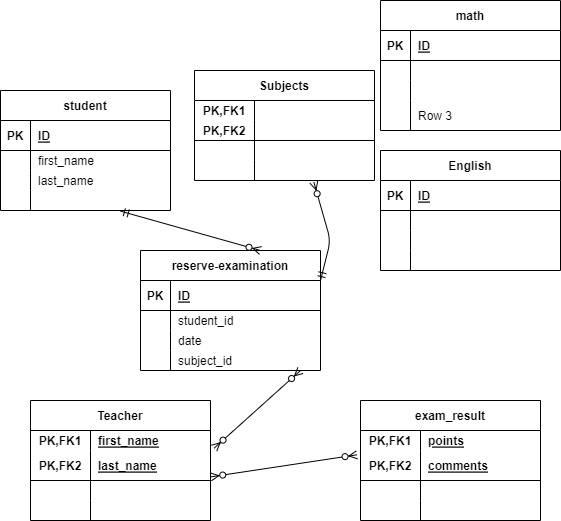
moro-ayu3/20230216_morohoshi keeps this draw.io diagram as index.drawio.png. Above is the earlier version. Source tidied: cells renumbered, new cells last; positions are measured from the earlier drawing's top-left corner, leaving out a move shared by most shapes.
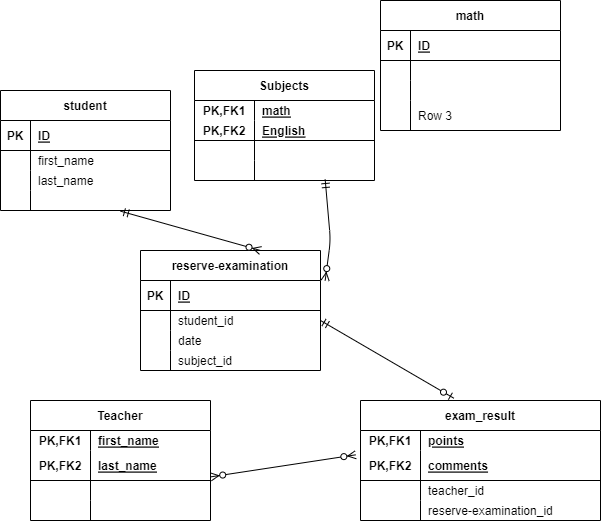
The same diagram one commit later.

Diff of the diagram source:
```diff
@@ -89,7 +89,7 @@
     <mxCell id="30" value="PK,FK1" style="shape=partialRectangle;fillColor=none;top=0;left=0;bottom=0;right=0;fontStyle=1;overflow=hidden;" parent="29" vertex="1">
       <mxGeometry width="60" height="20" as="geometry" />
     </mxCell>
-    <mxCell id="31" style="shape=partialRectangle;fillColor=none;top=0;left=0;bottom=0;right=0;align=left;spacingLeft=6;fontStyle=5;overflow=hidden;" parent="29" vertex="1">
+    <mxCell id="31" value="math" style="shape=partialRectangle;fillColor=none;top=0;left=0;bottom=0;right=0;align=left;spacingLeft=6;fontStyle=5;overflow=hidden;" parent="29" vertex="1">
       <mxGeometry x="60" width="120" height="20" as="geometry" />
     </mxCell>
     <mxCell id="32" style="shape=tableRow;horizontal=0;startSize=0;swimlaneHead=0;swimlaneBody=0;fillColor=none;top=0;left=0;right=0;bottom=1;" parent="28" vertex="1">
@@ -98,7 +98,7 @@
     <mxCell id="33" value="PK,FK2" style="shape=partialRectangle;fillColor=none;top=0;left=0;bottom=0;right=0;fontStyle=1;overflow=hidden;" parent="32" vertex="1">
       <mxGeometry width="60" height="20" as="geometry" />
     </mxCell>
-    <mxCell id="34" style="shape=partialRectangle;fillColor=none;top=0;left=0;bottom=0;right=0;align=left;spacingLeft=6;fontStyle=5;overflow=hidden;" parent="32" vertex="1">
+    <mxCell id="34" value="English" style="shape=partialRectangle;fillColor=none;top=0;left=0;bottom=0;right=0;align=left;spacingLeft=6;fontStyle=5;overflow=hidden;" parent="32" vertex="1">
       <mxGeometry x="60" width="120" height="20" as="geometry" />
     </mxCell>
     <mxCell id="35" style="shape=tableRow;horizontal=0;startSize=0;swimlaneHead=0;swimlaneBody=0;fillColor=none;top=0;left=0;right=0;bottom=0;" parent="28" vertex="1">
@@ -159,43 +159,43 @@
       <mxGeometry x="60" width="120" height="20" as="geometry" />
     </mxCell>
     <mxCell id="54" value="exam_result" style="shape=table;startSize=30;rowLines=0;fontStyle=1;align=center;" parent="1" vertex="1">
-      <mxGeometry x="360" y="400" width="180" height="120" as="geometry" />
+      <mxGeometry x="360" y="400" width="240" height="120" as="geometry" />
     </mxCell>
     <mxCell id="55" style="shape=tableRow;horizontal=0;startSize=0;swimlaneHead=0;swimlaneBody=0;fillColor=none;top=0;left=0;right=0;bottom=0;" parent="54" vertex="1">
-      <mxGeometry y="30" width="180" height="20" as="geometry" />
+      <mxGeometry y="30" width="240" height="20" as="geometry" />
     </mxCell>
     <mxCell id="56" value="PK,FK1" style="shape=partialRectangle;fillColor=none;top=0;left=0;bottom=0;right=0;fontStyle=1;overflow=hidden;" parent="55" vertex="1">
       <mxGeometry width="60" height="20" as="geometry" />
     </mxCell>
     <mxCell id="57" value="points" style="shape=partialRectangle;fillColor=none;top=0;left=0;bottom=0;right=0;align=left;spacingLeft=6;fontStyle=5;overflow=hidden;" parent="55" vertex="1">
-      <mxGeometry x="60" width="120" height="20" as="geometry" />
+      <mxGeometry x="60" width="180" height="20" as="geometry" />
     </mxCell>
     <mxCell id="58" style="shape=tableRow;horizontal=0;startSize=0;swimlaneHead=0;swimlaneBody=0;fillColor=none;points=[[0,0.5],[1,0.5]];portConstraint=eastwest;top=0;left=0;right=0;bottom=1;" parent="54" vertex="1">
-      <mxGeometry y="50" width="180" height="30" as="geometry" />
+      <mxGeometry y="50" width="240" height="30" as="geometry" />
     </mxCell>
     <mxCell id="59" value="PK,FK2" style="shape=partialRectangle;fillColor=none;top=0;left=0;bottom=0;right=0;fontStyle=1;overflow=hidden;" parent="58" vertex="1">
       <mxGeometry width="60" height="30" as="geometry" />
     </mxCell>
     <mxCell id="60" value="comments" style="shape=partialRectangle;fillColor=none;top=0;left=0;bottom=0;right=0;align=left;spacingLeft=6;fontStyle=5;overflow=hidden;" parent="58" vertex="1">
-      <mxGeometry x="60" width="120" height="30" as="geometry" />
+      <mxGeometry x="60" width="180" height="30" as="geometry" />
     </mxCell>
     <mxCell id="61" style="shape=tableRow;horizontal=0;startSize=0;swimlaneHead=0;swimlaneBody=0;fillColor=none;top=0;left=0;right=0;bottom=0;" parent="54" vertex="1">
-      <mxGeometry y="80" width="180" height="20" as="geometry" />
+      <mxGeometry y="80" width="240" height="20" as="geometry" />
     </mxCell>
     <mxCell id="62" style="shape=partialRectangle;fillColor=none;top=0;left=0;bottom=0;right=0;overflow=hidden;" parent="61" vertex="1">
       <mxGeometry width="60" height="20" as="geometry" />
     </mxCell>
-    <mxCell id="63" style="shape=partialRectangle;fillColor=none;top=0;left=0;bottom=0;right=0;align=left;spacingLeft=6;overflow=hidden;" parent="61" vertex="1">
-      <mxGeometry x="60" width="120" height="20" as="geometry" />
+    <mxCell id="63" value="teacher_id" style="shape=partialRectangle;fillColor=none;top=0;left=0;bottom=0;right=0;align=left;spacingLeft=6;overflow=hidden;" parent="61" vertex="1">
+      <mxGeometry x="60" width="180" height="20" as="geometry" />
     </mxCell>
     <mxCell id="64" style="shape=tableRow;horizontal=0;startSize=0;swimlaneHead=0;swimlaneBody=0;fillColor=none;top=0;left=0;right=0;bottom=0;" parent="54" vertex="1">
-      <mxGeometry y="100" width="180" height="20" as="geometry" />
+      <mxGeometry y="100" width="240" height="20" as="geometry" />
     </mxCell>
     <mxCell id="65" style="shape=partialRectangle;fillColor=none;top=0;left=0;bottom=0;right=0;overflow=hidden;" parent="64" vertex="1">
       <mxGeometry width="60" height="20" as="geometry" />
     </mxCell>
-    <mxCell id="66" style="shape=partialRectangle;fillColor=none;top=0;left=0;bottom=0;right=0;align=left;spacingLeft=6;overflow=hidden;" parent="64" vertex="1">
-      <mxGeometry x="60" width="120" height="20" as="geometry" />
+    <mxCell id="66" value="reserve-examination_id" style="shape=partialRectangle;fillColor=none;top=0;left=0;bottom=0;right=0;align=left;spacingLeft=6;overflow=hidden;" parent="64" vertex="1">
+      <mxGeometry x="60" width="180" height="20" as="geometry" />
     </mxCell>
     <mxCell id="67" value="math" style="shape=table;startSize=30;rowLines=0;fontStyle=1;align=center;" parent="1" vertex="1">
       <mxGeometry x="380" width="180" height="130" as="geometry" />
@@ -236,46 +236,7 @@
     <mxCell id="79" value="Row 3" style="shape=partialRectangle;fillColor=none;top=0;left=0;bottom=0;right=0;align=left;spacingLeft=6;overflow=hidden;" parent="77" vertex="1">
       <mxGeometry x="30" width="150" height="30" as="geometry" />
     </mxCell>
-    <mxCell id="80" value="English" style="shape=table;startSize=30;rowLines=0;fontStyle=1;align=center;" parent="1" vertex="1">
-      <mxGeometry x="380" y="150" width="180" height="120" as="geometry" />
-    </mxCell>
-    <mxCell id="81" style="shape=tableRow;horizontal=0;startSize=0;swimlaneHead=0;swimlaneBody=0;fillColor=none;top=0;left=0;right=0;bottom=1;" parent="80" vertex="1">
-      <mxGeometry y="30" width="180" height="30" as="geometry" />
-    </mxCell>
-    <mxCell id="82" value="PK" style="shape=partialRectangle;fillColor=none;top=0;left=0;bottom=0;right=0;fontStyle=1;overflow=hidden;" parent="81" vertex="1">
-      <mxGeometry width="30" height="30" as="geometry" />
-    </mxCell>
-    <mxCell id="83" value="ID" style="shape=partialRectangle;fillColor=none;top=0;left=0;bottom=0;right=0;align=left;spacingLeft=6;fontStyle=5;overflow=hidden;" parent="81" vertex="1">
-      <mxGeometry x="30" width="150" height="30" as="geometry" />
-    </mxCell>
-    <mxCell id="84" style="shape=tableRow;horizontal=0;startSize=0;swimlaneHead=0;swimlaneBody=0;fillColor=none;top=0;left=0;right=0;bottom=0;" parent="80" vertex="1">
-      <mxGeometry y="60" width="180" height="20" as="geometry" />
-    </mxCell>
-    <mxCell id="85" style="shape=partialRectangle;fillColor=none;top=0;left=0;bottom=0;right=0;overflow=hidden;" parent="84" vertex="1">
-      <mxGeometry width="30" height="20" as="geometry" />
-    </mxCell>
-    <mxCell id="86" style="shape=partialRectangle;fillColor=none;top=0;left=0;bottom=0;right=0;align=left;spacingLeft=6;overflow=hidden;" parent="84" vertex="1">
-      <mxGeometry x="30" width="150" height="20" as="geometry" />
-    </mxCell>
-    <mxCell id="87" style="shape=tableRow;horizontal=0;startSize=0;swimlaneHead=0;swimlaneBody=0;fillColor=none;top=0;left=0;right=0;bottom=0;" parent="80" vertex="1">
-      <mxGeometry y="80" width="180" height="20" as="geometry" />
-    </mxCell>
-    <mxCell id="88" style="shape=partialRectangle;fillColor=none;top=0;left=0;bottom=0;right=0;overflow=hidden;" parent="87" vertex="1">
-      <mxGeometry width="30" height="20" as="geometry" />
-    </mxCell>
-    <mxCell id="89" style="shape=partialRectangle;fillColor=none;top=0;left=0;bottom=0;right=0;align=left;spacingLeft=6;overflow=hidden;" parent="87" vertex="1">
-      <mxGeometry x="30" width="150" height="20" as="geometry" />
-    </mxCell>
-    <mxCell id="90" style="shape=tableRow;horizontal=0;startSize=0;swimlaneHead=0;swimlaneBody=0;fillColor=none;top=0;left=0;right=0;bottom=0;" parent="80" vertex="1">
-      <mxGeometry y="100" width="180" height="20" as="geometry" />
-    </mxCell>
-    <mxCell id="91" style="shape=partialRectangle;fillColor=none;top=0;left=0;bottom=0;right=0;overflow=hidden;" parent="90" vertex="1">
-      <mxGeometry width="30" height="20" as="geometry" />
-    </mxCell>
-    <mxCell id="92" style="shape=partialRectangle;fillColor=none;top=0;left=0;bottom=0;right=0;align=left;spacingLeft=6;overflow=hidden;" parent="90" vertex="1">
-      <mxGeometry x="30" width="150" height="20" as="geometry" />
-    </mxCell>
-    <mxCell id="93" style="fontSize=12;html=1;endArrow=ERzeroToMany;startArrow=ERmandOne;entryX=0.663;entryY=1.083;entryDx=0;entryDy=0;entryPerimeter=0;exitX=1;exitY=0;exitDx=0;exitDy=0;exitPerimeter=0;" parent="1" edge="1" source="16" target="38">
+    <mxCell id="93" style="fontSize=12;html=1;endArrow=ERzeroToMany;startArrow=ERmandOne;exitX=0.726;exitY=0.95;exitDx=0;exitDy=0;exitPerimeter=0;entryX=1.026;entryY=0;entryDx=0;entryDy=0;entryPerimeter=0;" parent="1" edge="1" source="38" target="16">
       <mxGeometry relative="1" as="geometry">
         <Array as="points">
           <mxPoint x="330" y="240" />
@@ -285,13 +246,11 @@
     <mxCell id="94" style="fontSize=12;html=1;endArrow=ERzeroToMany;startArrow=ERmandOne;exitX=0.706;exitY=1.033;exitDx=0;exitDy=0;exitPerimeter=0;entryX=0.667;entryY=0;entryDx=0;entryDy=0;entryPerimeter=0;" parent="1" edge="1" source="12" target="15">
       <mxGeometry relative="1" as="geometry" />
     </mxCell>
-    <mxCell id="95" style="fontSize=12;html=1;endArrow=ERzeroToMany;endFill=1;startArrow=ERzeroToMany;exitX=1.02;exitY=0.883;exitDx=0;exitDy=0;exitPerimeter=0;" parent="1" edge="1" source="42">
-      <mxGeometry relative="1" as="geometry">
-        <mxPoint x="300" y="370" as="targetPoint" />
-      </mxGeometry>
-    </mxCell>
     <mxCell id="96" style="fontSize=12;html=1;endArrow=ERzeroToMany;endFill=1;startArrow=ERzeroToMany;exitX=1.002;exitY=-0.183;exitDx=0;exitDy=0;exitPerimeter=0;entryX=-0.02;entryY=0.144;entryDx=0;entryDy=0;entryPerimeter=0;" parent="1" edge="1" source="48" target="58">
       <mxGeometry relative="1" as="geometry" />
     </mxCell>
+    <mxCell id="97" style="fontSize=12;html=1;endArrow=ERzeroToOne;startArrow=ERmandOne;entryX=0.389;entryY=-0.019;entryDx=0;entryDy=0;entryPerimeter=0;exitX=1;exitY=0.5;exitDx=0;exitDy=0;" parent="1" edge="1" source="19" target="54">
+      <mxGeometry relative="1" as="geometry" />
+    </mxCell>
   </root>
 </mxGraphModel>
```
